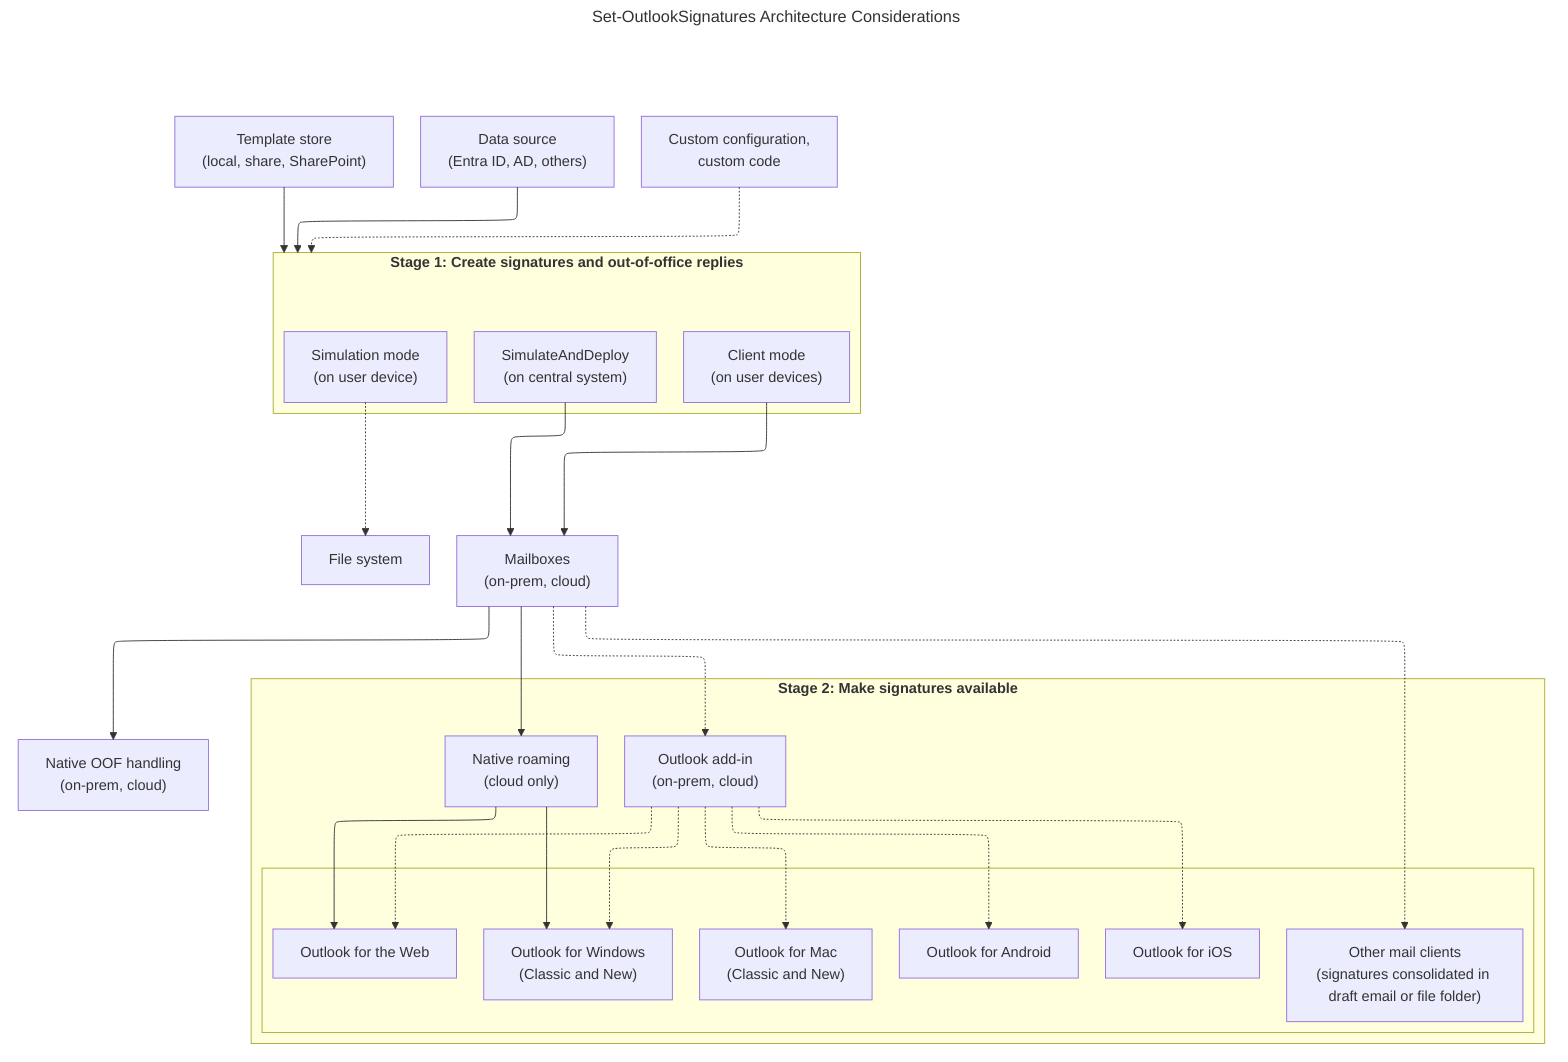
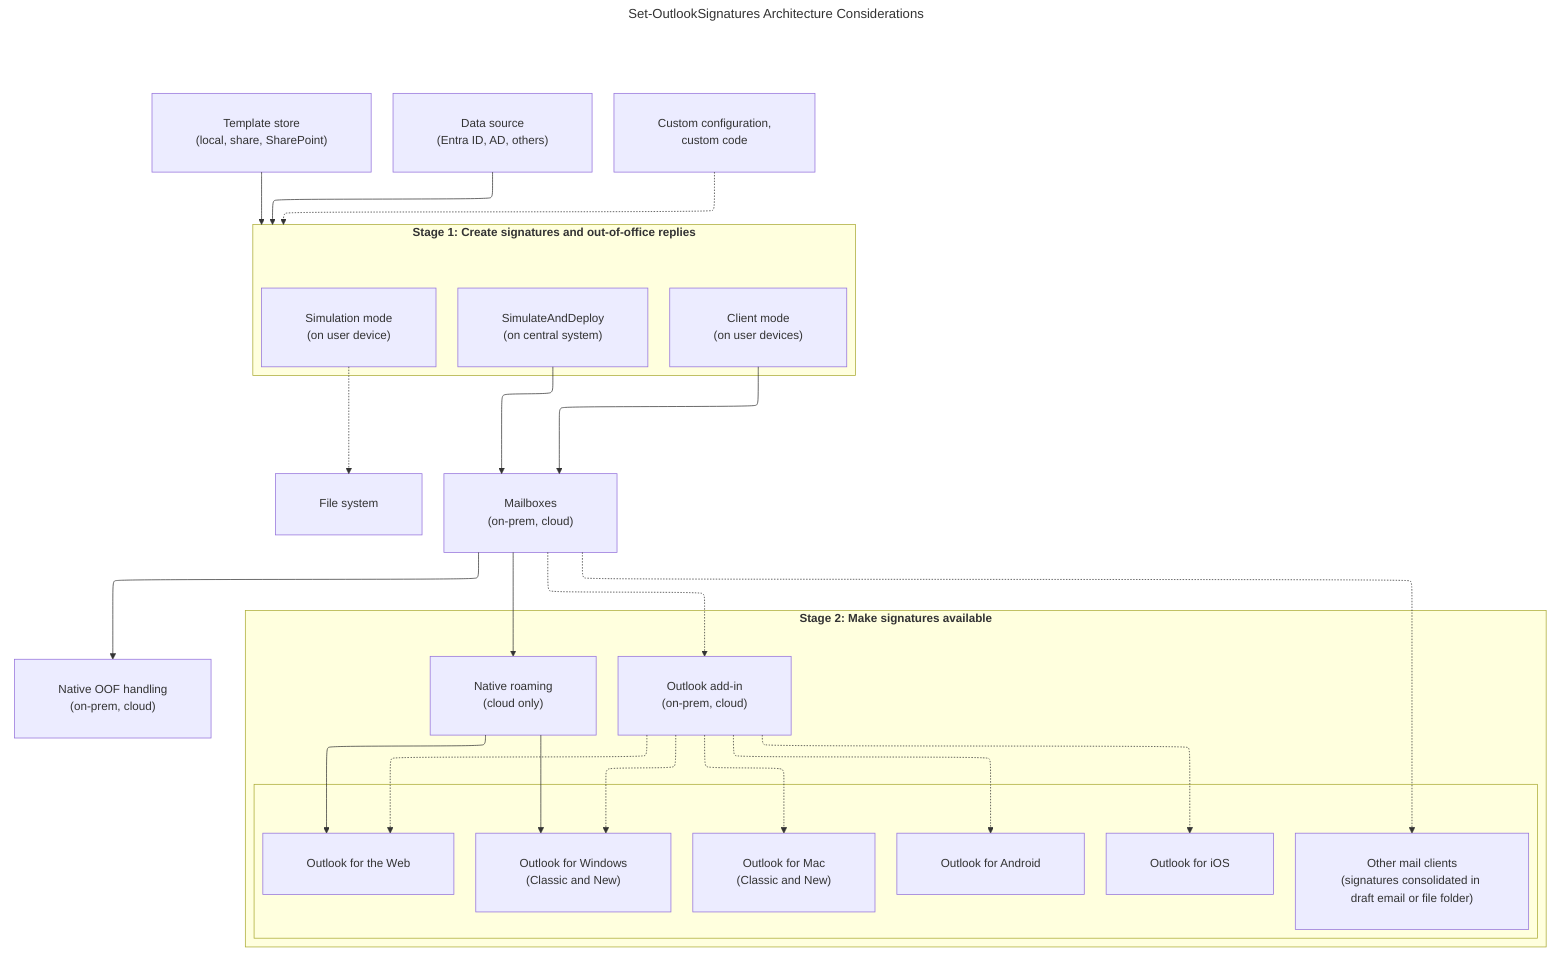
---
title: Set-OutlookSignatures Architecture Considerations
config:
  layout: elk
+   flowchart:
+     padding: 30
---
flowchart TB
    classDef invisible fill:none,stroke:none;

    %% --- INPUTS STAGE ---
    subgraph inputs [" "]
        direction TB
        templatestore["Template store<br/>(local, share, SharePoint)"]
        datasource["Data source<br/>(Entra ID, AD, others)"]
        config["Custom configuration,<br/>custom code"]
    end

    %% --- GENERATION STAGE ---
    subgraph gen ["<b>Stage 1: Create signatures and out-of-office replies</b>"]
        direction TB
        clientmode["Client mode<br>(on user devices)"]
        simulateanddeploy["SimulateAndDeploy<br>(on central system)"]
        simulate["Simulation mode<br>(on user device)"]
    end

    %% --- MIDDLEWARE / STORAGE ---
    subgraph mid [" "]
        direction TB
        mailbox["Mailboxes<br>(on-prem, cloud)"]
        filesystem["File system"]
    end

    %% --- AVAILABILITY STAGE ---
    subgraph avail ["<b>Stage 2: Make signatures available</b>"]
        direction TB
        roam["Native roaming<br>(cloud only)"]
        addin["Outlook add-in<br>(on-prem, cloud)"]

        subgraph outlookeditions [" "]
            direction TB
            WinOutlook["Outlook for Windows<br>(Classic and New)"]
            WebOutlook["Outlook for the Web"]
            Mac["Outlook for Mac<br>(Classic and New)"]
            iOS["Outlook for iOS"]
            Android["Outlook for Android"]
            NonOutlook["Other mail clients<br>(signatures consolidated in draft email or file folder)"]
        end
    end

    %% --- OUT OF OFFICE HANDLING ---
    subgraph oofbox [" "]
        direction TB
        oof["Native OOF handling<br>(on-prem, cloud)"]
    end

    %% --- RELATIONSHIPS & FLOWS ---
    templatestore --> gen
    datasource --> gen
    config -.-> gen

    clientmode --> mailbox
    simulateanddeploy --> mailbox
    simulate -.-> filesystem

    mailbox --> roam
    mailbox --> oof
    mailbox -.-> addin
    mailbox -.-> NonOutlook

    roam --> WinOutlook
    roam --> WebOutlook

    addin -.-> WinOutlook
    addin -.-> WebOutlook
    addin -.-> Mac
    addin -.-> iOS
    addin -.-> Android

    %% --- CLASS ASSIGNMENTS ---
    class oofbox invisible;
    class inputs invisible;
    class mid invisible;